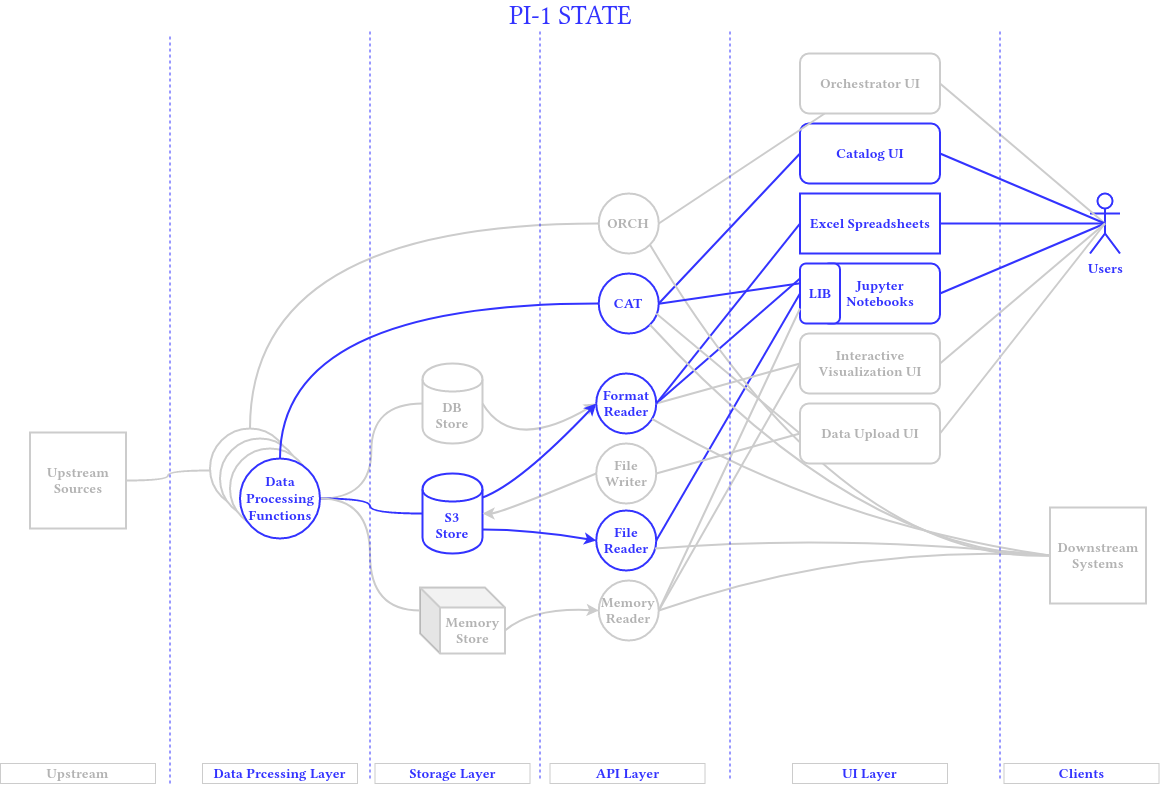
Before: light-pi1-state.png, a diagram exported from draw.io (victor-kolesnikov/light-design). Source tidied: cells renumbered, new cells last; positions are measured from the earlier drawing's top-left corner, leaving out a move shared by most shapes.
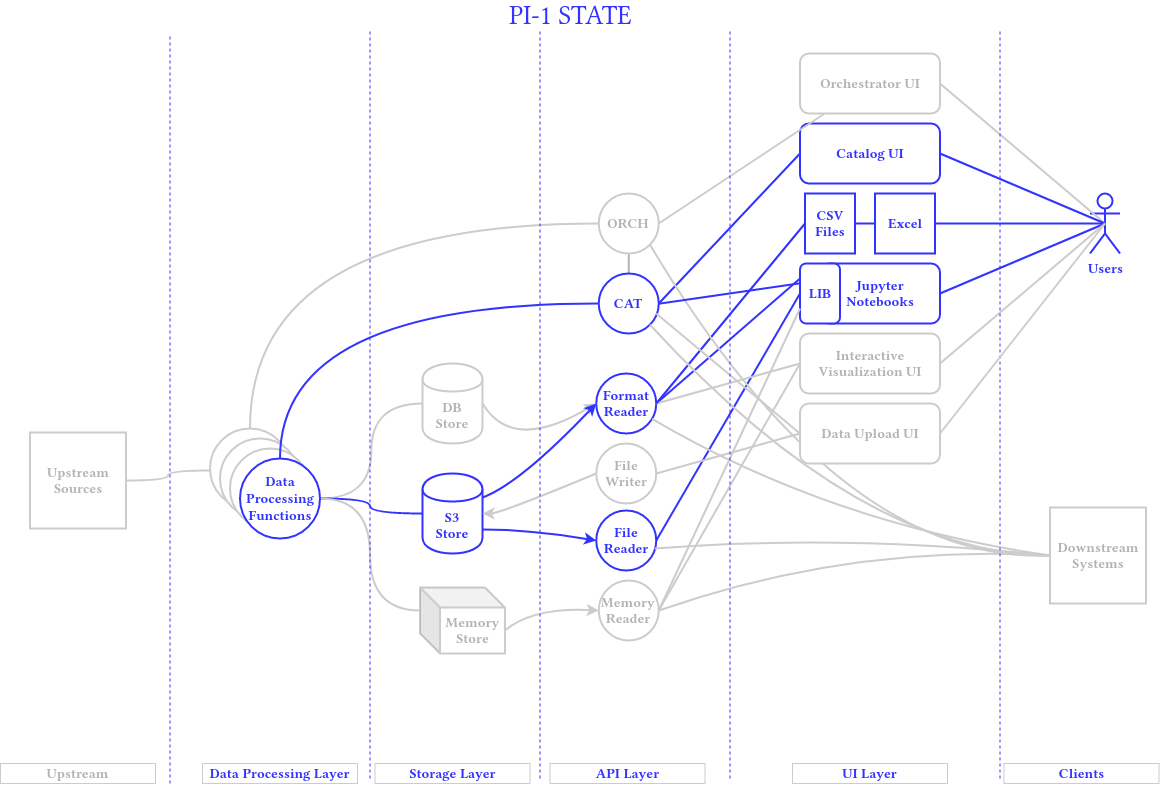
After the change.

What changed in the source:
```diff
@@ -48,6 +48,9 @@
         </Array>
       </mxGeometry>
     </mxCell>
+    <mxCell id="70" style="edgeStyle=orthogonalEdgeStyle;rounded=0;jettySize=auto;html=1;exitX=0.5;exitY=1;exitDx=0;exitDy=0;endArrow=none;endFill=0;strokeColor=#B3B3B3;strokeWidth=2;" parent="1" edge="1" source="12" target="13">
+      <mxGeometry relative="1" as="geometry" />
+    </mxCell>
     <mxCell id="12" value="&lt;font&gt;&lt;b&gt;&lt;font style=&quot;font-size: 14px&quot;&gt;ORCH&lt;/font&gt;&lt;/b&gt;&lt;/font&gt;" style="ellipse;whiteSpace=wrap;html=1;strokeColor=#CCCCCC;strokeWidth=2;fillColor=#FFFFFF;fontColor=#B3B3B3;" parent="1" vertex="1">
       <mxGeometry x="598.2" y="188" width="60" height="60" as="geometry" />
     </mxCell>
@@ -99,13 +102,10 @@
     <mxCell id="28" style="endArrow=none;html=1;strokeColor=#CCCCCC;strokeWidth=2;exitX=1;exitY=0.5;exitDx=0;exitDy=0;entryX=0;entryY=0.5;entryDx=0;entryDy=0;endFill=0;fontColor=#B3B3B3;" parent="1" edge="1" source="7" target="21">
       <mxGeometry relative="1" as="geometry" />
     </mxCell>
-    <mxCell id="29" value="&lt;font size=&quot;1&quot;&gt;&lt;b style=&quot;font-size: 14px&quot;&gt;Excel Spreadsheets&lt;/b&gt;&lt;/font&gt;" style="rounded=0;whiteSpace=wrap;html=1;strokeColor=#3333FF;strokeWidth=2;fillColor=#FFFFFF;fontColor=#3333FF;" parent="1" vertex="1">
-      <mxGeometry x="799.5" y="188" width="140" height="60" as="geometry" />
-    </mxCell>
-    <mxCell id="30" style="endArrow=none;html=1;strokeColor=#3333FF;strokeWidth=2;exitX=1;exitY=0.5;exitDx=0;exitDy=0;entryX=0;entryY=0.5;entryDx=0;entryDy=0;endFill=0;fontColor=#3333FF;" parent="1" edge="1" source="4" target="29">
+    <mxCell id="30" style="endArrow=none;html=1;strokeColor=#3333FF;strokeWidth=2;exitX=1;exitY=0.5;exitDx=0;exitDy=0;entryX=0;entryY=0.5;entryDx=0;entryDy=0;endFill=0;fontColor=#3333FF;" parent="1" edge="1" source="4" target="73">
       <mxGeometry relative="1" as="geometry" />
     </mxCell>
-    <mxCell id="31" style="endArrow=none;html=1;strokeColor=#3333FF;strokeWidth=2;entryX=1;entryY=0.5;entryDx=0;entryDy=0;exitX=0.5;exitY=0.5;exitDx=0;exitDy=0;exitPerimeter=0;fontColor=#3333FF;" parent="1" edge="1" source="16" target="29">
+    <mxCell id="31" style="endArrow=none;html=1;strokeColor=#3333FF;strokeWidth=2;entryX=1;entryY=0.5;entryDx=0;entryDy=0;exitX=0.5;exitY=0.5;exitDx=0;exitDy=0;exitPerimeter=0;fontColor=#3333FF;" parent="1" edge="1" source="16" target="71">
       <mxGeometry relative="1" as="geometry" />
     </mxCell>
     <mxCell id="32" style="endArrow=none;html=1;strokeColor=#3333FF;strokeWidth=2;entryX=1;entryY=0.5;entryDx=0;entryDy=0;exitX=0.5;exitY=0.5;exitDx=0;exitDy=0;exitPerimeter=0;fontColor=#3333FF;" parent="1" edge="1" source="16" target="22">
@@ -240,7 +240,7 @@
         <mxPoint x="999.5" y="23" as="targetPoint" />
       </mxGeometry>
     </mxCell>
-    <mxCell id="60" value="&lt;b&gt;&lt;font style=&quot;font-size: 14px&quot;&gt;Data Prcessing Layer&lt;/font&gt;&lt;/b&gt;" style="text;html=1;strokeColor=#CCCCCC;fillColor=none;align=center;verticalAlign=middle;whiteSpace=wrap;rounded=0;fontColor=#3333FF;" parent="1" vertex="1">
+    <mxCell id="60" value="&lt;b&gt;&lt;font style=&quot;font-size: 14px&quot;&gt;Data Processing Layer&lt;/font&gt;&lt;/b&gt;" style="text;html=1;strokeColor=#CCCCCC;fillColor=none;align=center;verticalAlign=middle;whiteSpace=wrap;rounded=0;fontColor=#3333FF;" parent="1" vertex="1">
       <mxGeometry x="202" y="758" width="155" height="20" as="geometry" />
     </mxCell>
     <mxCell id="61" value="&lt;b&gt;&lt;font style=&quot;font-size: 14px&quot;&gt;Storage Layer&lt;/font&gt;&lt;/b&gt;" style="text;html=1;strokeColor=#CCCCCC;fillColor=none;align=center;verticalAlign=middle;whiteSpace=wrap;rounded=0;fontColor=#3333FF;" parent="1" vertex="1">
@@ -273,5 +273,14 @@
         <mxPoint x="799.8" y="277.7" as="targetPoint" />
       </mxGeometry>
     </mxCell>
+    <mxCell id="71" value="&lt;font size=&quot;1&quot; color=&quot;#3333FF&quot;&gt;&lt;b style=&quot;font-size: 14px&quot;&gt;Excel &lt;br&gt;&lt;/b&gt;&lt;/font&gt;" style="rounded=0;whiteSpace=wrap;html=1;strokeColor=#3333FF;strokeWidth=2;fillColor=#FFFFFF;" parent="1" vertex="1">
+      <mxGeometry x="874.5" y="188" width="60" height="60" as="geometry" />
+    </mxCell>
+    <mxCell id="72" style="edgeStyle=orthogonalEdgeStyle;rounded=0;jettySize=auto;html=1;exitX=1;exitY=0.5;exitDx=0;exitDy=0;entryX=0;entryY=0.5;entryDx=0;entryDy=0;strokeColor=#3333FF;endArrow=none;endFill=0;strokeWidth=2;" parent="1" edge="1" source="73" target="71">
+      <mxGeometry relative="1" as="geometry" />
+    </mxCell>
+    <mxCell id="73" value="&lt;div style=&quot;font-size: 14px;&quot;&gt;CSV&lt;/div&gt;&lt;div style=&quot;font-size: 14px;&quot;&gt;Files&lt;br style=&quot;font-size: 14px;&quot;&gt;&lt;/div&gt;" style="rounded=0;whiteSpace=wrap;html=1;strokeColor=#3333FF;strokeWidth=2;fontStyle=1;fontSize=14;fontColor=#3333FF;" parent="1" vertex="1">
+      <mxGeometry x="804.5" y="188" width="50" height="60" as="geometry" />
+    </mxCell>
   </root>
 </mxGraphModel>
```
